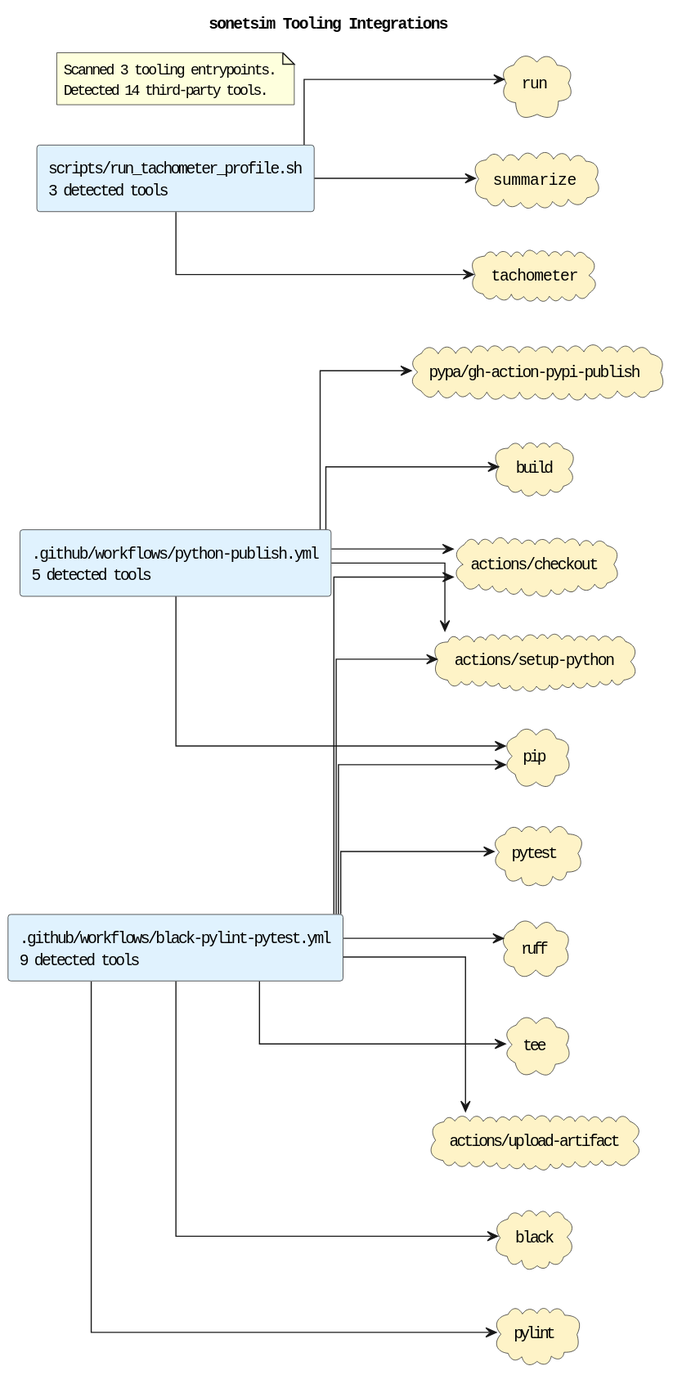
Above: docs/diagrams/tooling-integrations.puml.svg in casonk/sonetsim (PlantUML), before the change.
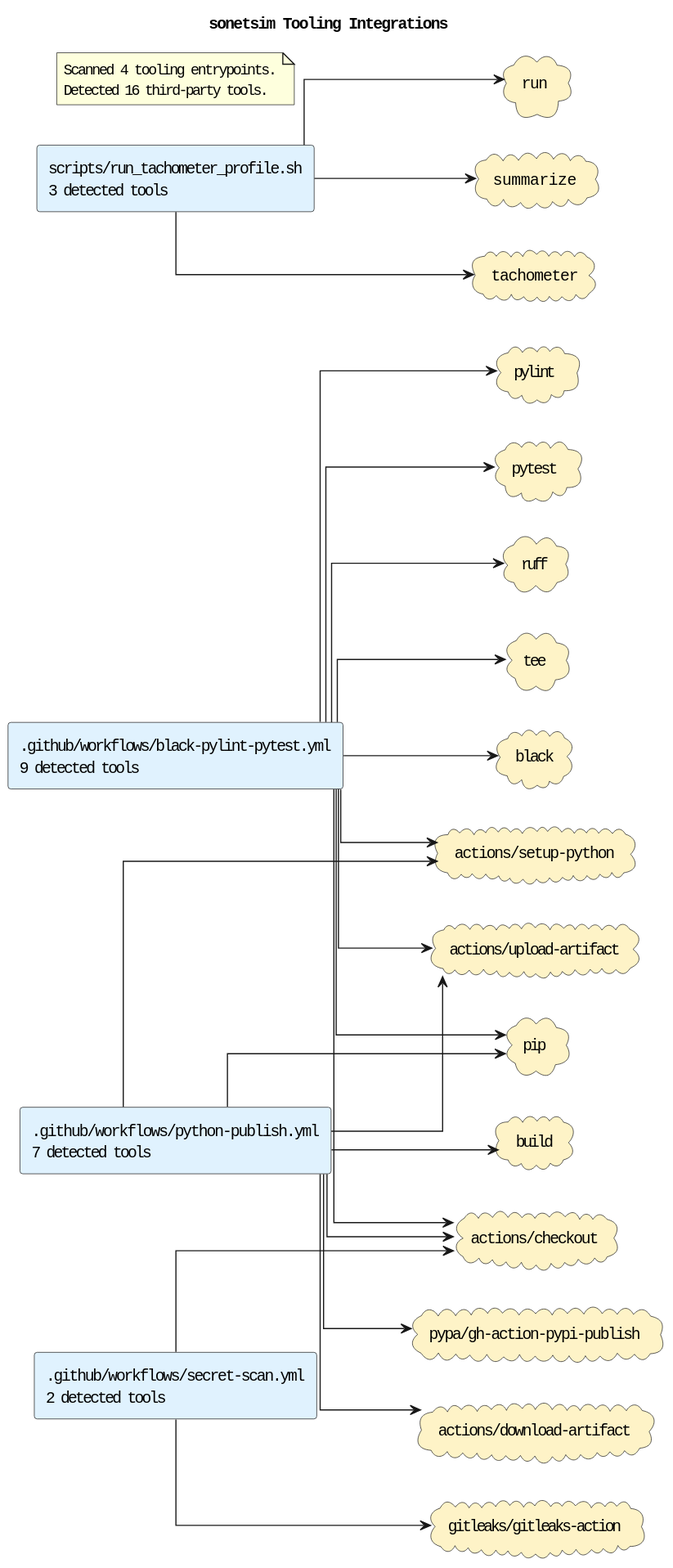
Above is the later version.

Commit message:
docs: refresh diagrams; ci: exclude baseline from workspace-path scan

The edit, as a diff of the source:
```diff
@@ -6,13 +6,16 @@
 skinparam componentStyle rectangle
 skinparam linetype ortho
 rectangle ".github/workflows/black-pylint-pytest.yml\n9 detected tools" as source_github_workflows_black_pylint_pytest_yml #E0F2FE
-rectangle ".github/workflows/python-publish.yml\n5 detected tools" as source_github_workflows_python_publish_yml #E0F2FE
+rectangle ".github/workflows/python-publish.yml\n7 detected tools" as source_github_workflows_python_publish_yml #E0F2FE
+rectangle ".github/workflows/secret-scan.yml\n2 detected tools" as source_github_workflows_secret_scan_yml #E0F2FE
 rectangle "scripts/run_tachometer_profile.sh\n3 detected tools" as source_scripts_run_tachometer_profile_sh #E0F2FE
 cloud "actions/checkout" as tool_actions_checkout #FEF3C7
+cloud "actions/download-artifact" as tool_actions_download_artifact #FEF3C7
 cloud "actions/setup-python" as tool_actions_setup_python #FEF3C7
 cloud "actions/upload-artifact" as tool_actions_upload_artifact #FEF3C7
 cloud "black" as tool_black #FEF3C7
 cloud "build" as tool_build #FEF3C7
+cloud "gitleaks/gitleaks-action" as tool_gitleaks_gitleaks_action #FEF3C7
 cloud "pip" as tool_pip #FEF3C7
 cloud "pylint" as tool_pylint #FEF3C7
 cloud "pypa/gh-action-pypi-publish" as tool_pypa_gh_action_pypi_publish #FEF3C7
@@ -32,15 +35,19 @@
 source_github_workflows_black_pylint_pytest_yml --> tool_ruff
 source_github_workflows_black_pylint_pytest_yml --> tool_tee
 source_github_workflows_python_publish_yml --> tool_actions_checkout
+source_github_workflows_python_publish_yml --> tool_actions_download_artifact
 source_github_workflows_python_publish_yml --> tool_actions_setup_python
+source_github_workflows_python_publish_yml --> tool_actions_upload_artifact
 source_github_workflows_python_publish_yml --> tool_build
 source_github_workflows_python_publish_yml --> tool_pip
 source_github_workflows_python_publish_yml --> tool_pypa_gh_action_pypi_publish
+source_github_workflows_secret_scan_yml --> tool_actions_checkout
+source_github_workflows_secret_scan_yml --> tool_gitleaks_gitleaks_action
 source_scripts_run_tachometer_profile_sh --> tool_run
 source_scripts_run_tachometer_profile_sh --> tool_summarize
 source_scripts_run_tachometer_profile_sh --> tool_tachometer
 note as toolingGraphSummary
-Scanned 3 tooling entrypoints.
-Detected 14 third-party tools.
+Scanned 4 tooling entrypoints.
+Detected 16 third-party tools.
 end note
 @enduml
```
